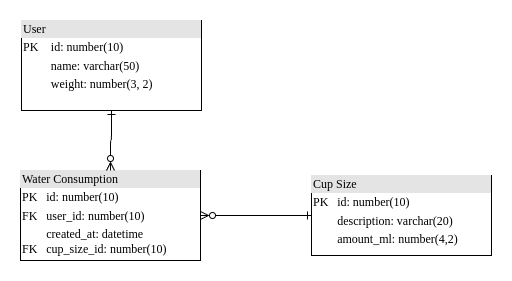
This is img/db-entity-relationship.png from CarlosChiarelli/drink_water_tracker, a draw.io export, as it was before one commit. Source tidied: cells renumbered, new cells last; positions are measured from the earlier drawing's top-left corner, leaving out a move shared by most shapes.
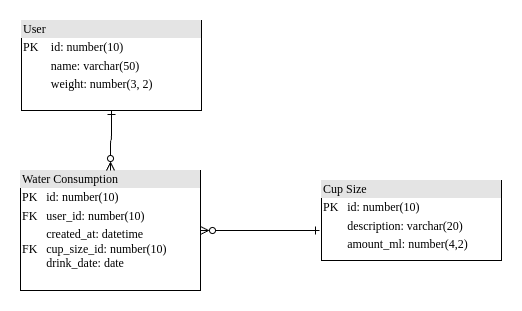
The same diagram one commit later.

Commit message:
docs: update functionality and database diagram images in README

Diff of the diagram source:
```diff
@@ -5,22 +5,17 @@
     <mxCell id="2" value="&lt;div style=&quot;box-sizing:border-box;width:100%;background:#e4e4e4;padding:2px;&quot;&gt;User&lt;/div&gt;&lt;table style=&quot;width:100%;font-size:1em;&quot; cellpadding=&quot;2&quot; cellspacing=&quot;0&quot;&gt;&lt;tbody&gt;&lt;tr&gt;&lt;td&gt;PK&lt;/td&gt;&lt;td&gt;id: number(10)&lt;/td&gt;&lt;/tr&gt;&lt;tr&gt;&lt;td&gt;&lt;br&gt;&lt;/td&gt;&lt;td&gt;name: varchar(50)&lt;/td&gt;&lt;/tr&gt;&lt;tr&gt;&lt;td&gt;&lt;/td&gt;&lt;td&gt;weight: number(3, 2)&lt;/td&gt;&lt;/tr&gt;&lt;/tbody&gt;&lt;/table&gt;" style="verticalAlign=top;align=left;overflow=fill;html=1;rounded=0;shadow=0;comic=0;labelBackgroundColor=none;strokeWidth=1;fontFamily=Verdana;fontSize=12;" parent="1" vertex="1">
       <mxGeometry x="1" width="180" height="90" as="geometry" />
     </mxCell>
-    <mxCell id="3" value="&lt;div style=&quot;box-sizing:border-box;width:100%;background:#e4e4e4;padding:2px;&quot;&gt;Water Consumption&lt;/div&gt;&lt;table style=&quot;width:100%;font-size:1em;&quot; cellpadding=&quot;2&quot; cellspacing=&quot;0&quot;&gt;&lt;tbody&gt;&lt;tr&gt;&lt;td&gt;PK&lt;/td&gt;&lt;td&gt;id: number(10)&lt;/td&gt;&lt;/tr&gt;&lt;tr&gt;&lt;td&gt;FK&lt;/td&gt;&lt;td&gt;user_id: number(10)&lt;/td&gt;&lt;/tr&gt;&lt;tr&gt;&lt;td&gt;&lt;br&gt;FK&lt;br&gt;&lt;br&gt;&lt;/td&gt;&lt;td&gt;created_at: datetime&lt;br&gt;cup_size_id: number(10)&lt;br&gt;&lt;br&gt;&lt;/td&gt;&lt;/tr&gt;&lt;/tbody&gt;&lt;/table&gt;" style="verticalAlign=top;align=left;overflow=fill;html=1;rounded=0;shadow=0;comic=0;labelBackgroundColor=none;strokeWidth=1;fontFamily=Verdana;fontSize=12;" parent="1" vertex="1">
-      <mxGeometry y="150" width="180" height="90" as="geometry" />
+    <mxCell id="3" value="&lt;div style=&quot;box-sizing:border-box;width:100%;background:#e4e4e4;padding:2px;&quot;&gt;Water Consumption&lt;/div&gt;&lt;table style=&quot;width:100%;font-size:1em;&quot; cellpadding=&quot;2&quot; cellspacing=&quot;0&quot;&gt;&lt;tbody&gt;&lt;tr&gt;&lt;td&gt;PK&lt;/td&gt;&lt;td&gt;id: number(10)&lt;/td&gt;&lt;/tr&gt;&lt;tr&gt;&lt;td&gt;FK&lt;/td&gt;&lt;td&gt;user_id: number(10)&lt;/td&gt;&lt;/tr&gt;&lt;tr&gt;&lt;td&gt;&lt;br&gt;FK&lt;br&gt;&lt;br&gt;&lt;/td&gt;&lt;td&gt;created_at: datetime&lt;br&gt;cup_size_id: number(10)&lt;br&gt;drink_date: date&lt;br style=&quot;border-color: var(--border-color);&quot;&gt;&lt;/td&gt;&lt;/tr&gt;&lt;/tbody&gt;&lt;/table&gt;" style="verticalAlign=top;align=left;overflow=fill;html=1;rounded=0;shadow=0;comic=0;labelBackgroundColor=none;strokeWidth=1;fontFamily=Verdana;fontSize=12;" parent="1" vertex="1">
+      <mxGeometry y="150" width="180" height="120" as="geometry" />
     </mxCell>
     <mxCell id="4" style="edgeStyle=orthogonalEdgeStyle;html=1;endArrow=ERzeroToMany;startArrow=ERone;labelBackgroundColor=none;fontFamily=Verdana;fontSize=12;align=left;exitX=0.5;exitY=1;entryX=0.5;entryY=0;endFill=0;startFill=0;" parent="1" edge="1" source="2" target="3">
       <mxGeometry relative="1" as="geometry" />
     </mxCell>
     <mxCell id="5" value="&lt;div style=&quot;box-sizing:border-box;width:100%;background:#e4e4e4;padding:2px;&quot;&gt;Cup Size&lt;/div&gt;&lt;table style=&quot;width:100%;font-size:1em;&quot; cellpadding=&quot;2&quot; cellspacing=&quot;0&quot;&gt;&lt;tbody&gt;&lt;tr&gt;&lt;td&gt;PK&lt;/td&gt;&lt;td&gt;id: number(10)&lt;/td&gt;&lt;/tr&gt;&lt;tr&gt;&lt;td&gt;&lt;br&gt;&lt;/td&gt;&lt;td&gt;description: varchar(20)&lt;br&gt;&lt;/td&gt;&lt;/tr&gt;&lt;tr&gt;&lt;td&gt;&lt;/td&gt;&lt;td&gt;amount_ml: number(4,2)&lt;br&gt;&lt;br&gt;&lt;/td&gt;&lt;/tr&gt;&lt;/tbody&gt;&lt;/table&gt;" style="verticalAlign=top;align=left;overflow=fill;html=1;rounded=0;shadow=0;comic=0;labelBackgroundColor=none;strokeWidth=1;fontFamily=Verdana;fontSize=12;" parent="1" vertex="1">
-      <mxGeometry x="291" y="155" width="180" height="80" as="geometry" />
+      <mxGeometry x="301" y="160" width="180" height="80" as="geometry" />
     </mxCell>
-    <mxCell id="6" style="edgeStyle=orthogonalEdgeStyle;html=1;endArrow=ERzeroToMany;startArrow=ERone;labelBackgroundColor=none;fontFamily=Verdana;fontSize=12;align=left;entryX=1;entryY=0.5;endFill=0;startFill=0;entryDx=0;entryDy=0;exitX=0;exitY=0.5;exitDx=0;exitDy=0;" parent="1" edge="1" source="5" target="3">
-      <mxGeometry relative="1" as="geometry">
-        <Array as="points">
-          <mxPoint x="291" y="195" />
-          <mxPoint x="291" y="195" />
-        </Array>
-      </mxGeometry>
+    <mxCell id="6" style="edgeStyle=orthogonalEdgeStyle;html=1;endArrow=ERzeroToMany;startArrow=ERone;labelBackgroundColor=none;fontFamily=Verdana;fontSize=12;align=left;entryX=1;entryY=0.5;endFill=0;startFill=0;entryDx=0;entryDy=0;exitX=-0.011;exitY=0.625;exitDx=0;exitDy=0;exitPerimeter=0;" parent="1" edge="1" source="5" target="3">
+      <mxGeometry relative="1" as="geometry" />
     </mxCell>
   </root>
 </mxGraphModel>
```
